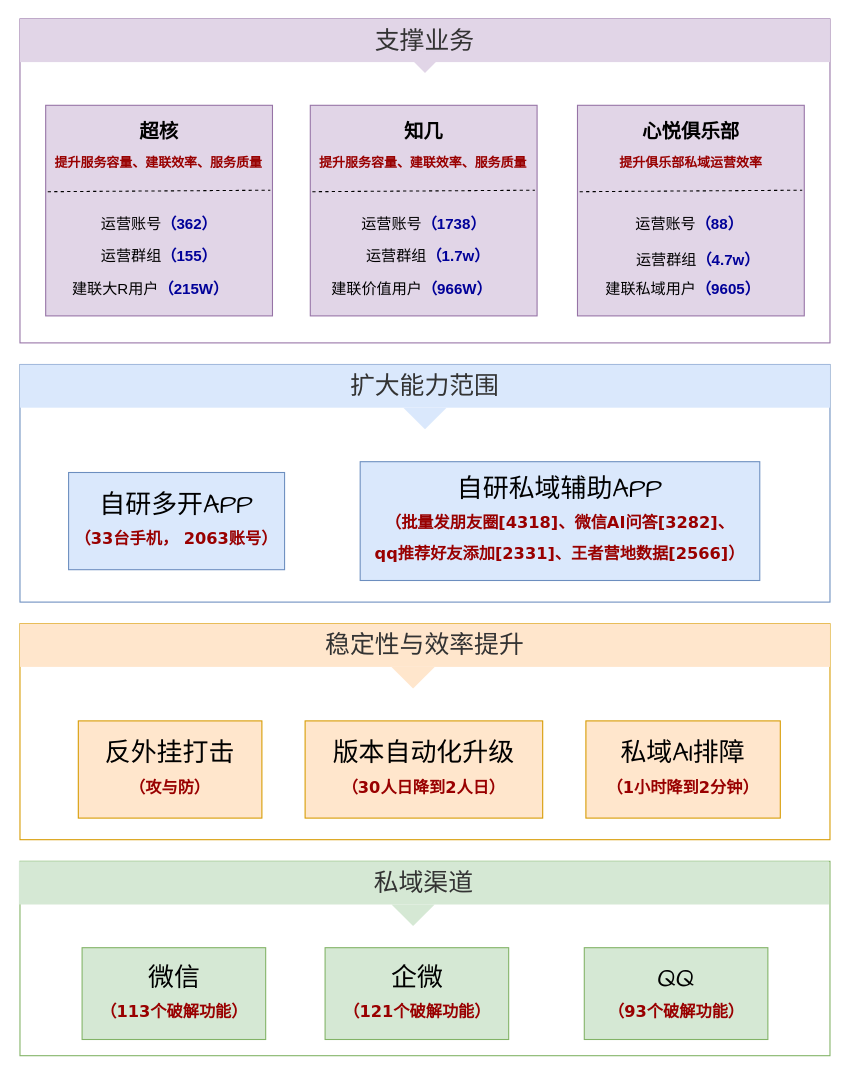
The draw.io diagram 私域工具终极形态.drawio in skindhu/9GAG, before the edit. Source tidied: cells renumbered, new cells numbered last; positions are measured from the earlier drawing's top-left corner, leaving out a move shared by most shapes. Both pictures are drawn from the tidied source at 108%, with x=0, y=0 at pixel (18, 18).
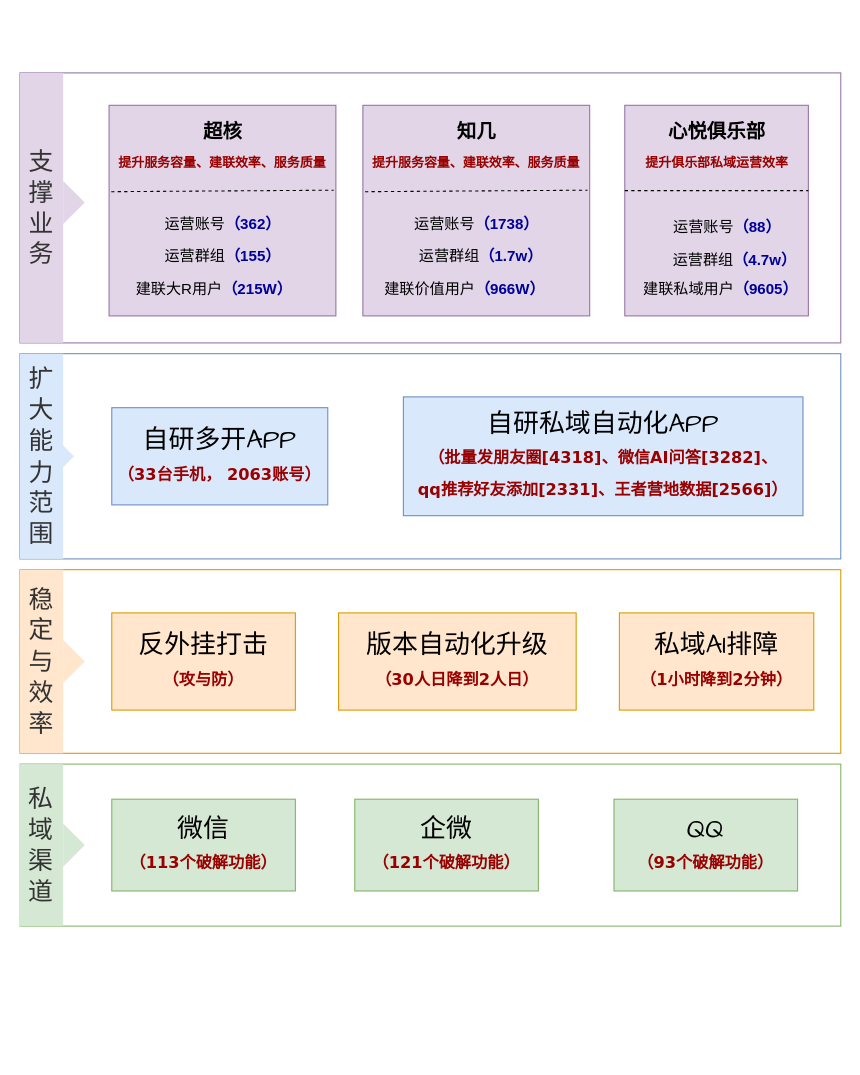
The same page after the edit.

Commit message:
更新私域工具终极形态.drawio

Diff of the diagram source:
```diff
@@
     <mxCell id="2" style="rounded=0;whiteSpace=wrap;html=1;hachureGap=4;strokeColor=#82b366;align=center;verticalAlign=middle;fontFamily=Architects Daughter;fontSize=12;fillColor=none;" parent="1" vertex="1">
-      <mxGeometry x="1" y="780" width="750" height="180" as="geometry" />
+      <mxGeometry x="1" y="690" width="760" height="150" as="geometry" />
     </mxCell>
     <mxCell id="3" value="微信&lt;br&gt;&lt;b style=&quot;color: rgb(153, 0, 0); font-family: Verdana; font-size: 15px;&quot;&gt;（113个破解功能）&lt;/b&gt;" style="rounded=0;whiteSpace=wrap;html=1;hachureGap=4;strokeColor=#82b366;align=center;verticalAlign=middle;fontFamily=Architects Daughter;fontSize=24;fillColor=#d5e8d4;" parent="1" vertex="1">
-      <mxGeometry x="58.5" y="860" width="170" height="85" as="geometry" />
+      <mxGeometry x="86" y="722.5" width="170" height="85" as="geometry" />
     </mxCell>
     <mxCell id="4" style="rounded=0;whiteSpace=wrap;html=1;hachureGap=4;strokeColor=#d79b00;align=center;verticalAlign=middle;fontFamily=Architects Daughter;fontSize=12;fillColor=none;" parent="1" vertex="1">
-      <mxGeometry x="1" y="560" width="750" height="200" as="geometry" />
+      <mxGeometry x="1" y="510" width="760" height="170" as="geometry" />
     </mxCell>
     <mxCell id="5" value="反外挂打击&lt;div&gt;&lt;font face=&quot;Verdana&quot; style=&quot;font-size: 15px; color: rgb(153, 0, 0);&quot;&gt;&lt;b&gt;（攻与防）&lt;/b&gt;&lt;/font&gt;&lt;/div&gt;" style="rounded=0;whiteSpace=wrap;html=1;hachureGap=4;strokeColor=#d79b00;align=center;verticalAlign=middle;fontFamily=Architects Daughter;fontSize=24;fillColor=#ffe6cc;" parent="1" vertex="1">
-      <mxGeometry x="55" y="650" width="170" height="90" as="geometry" />
+      <mxGeometry x="86" y="550" width="170" height="90" as="geometry" />
     </mxCell>
     <mxCell id="6" value="版本自动化升级&lt;div&gt;&lt;font face=&quot;Verdana&quot; style=&quot;font-size: 15px; color: rgb(153, 0, 0);&quot;&gt;&lt;b&gt;（30人日降到2人日）&lt;/b&gt;&lt;/font&gt;&lt;/div&gt;" style="rounded=0;whiteSpace=wrap;html=1;hachureGap=4;strokeColor=#d79b00;align=center;verticalAlign=middle;fontFamily=Architects Daughter;fontSize=24;fillColor=#ffe6cc;" parent="1" vertex="1">
-      <mxGeometry x="265" y="650" width="220" height="90" as="geometry" />
+      <mxGeometry x="296" y="550" width="220" height="90" as="geometry" />
     </mxCell>
     <mxCell id="7" value="私域AI排障&lt;br&gt;&lt;div&gt;&lt;font face=&quot;Verdana&quot; style=&quot;font-size: 15px; color: rgb(153, 0, 0);&quot;&gt;&lt;b&gt;（1小时降到2分钟）&lt;/b&gt;&lt;/font&gt;&lt;/div&gt;" style="rounded=0;whiteSpace=wrap;html=1;hachureGap=4;strokeColor=#d79b00;align=center;verticalAlign=middle;fontFamily=Architects Daughter;fontSize=24;fillColor=#ffe6cc;" parent="1" vertex="1">
-      <mxGeometry x="525" y="650" width="180" height="90" as="geometry" />
+      <mxGeometry x="556" y="550" width="180" height="90" as="geometry" />
     </mxCell>
     <mxCell id="8" value="企微&lt;br&gt;&lt;b style=&quot;color: rgb(153, 0, 0); font-family: Verdana; font-size: 15px;&quot;&gt;（121个破解功能）&lt;/b&gt;" style="rounded=0;whiteSpace=wrap;html=1;hachureGap=4;strokeColor=#82b366;align=center;verticalAlign=middle;fontFamily=Architects Daughter;fontSize=24;fillColor=#d5e8d4;" parent="1" vertex="1">
-      <mxGeometry x="283.5" y="860" width="170" height="85" as="geometry" />
+      <mxGeometry x="311" y="722.5" width="170" height="85" as="geometry" />
     </mxCell>
     <mxCell id="9" value="QQ&lt;br&gt;&lt;b style=&quot;color: rgb(153, 0, 0); font-family: Verdana; font-size: 15px;&quot;&gt;（93个破解功能）&lt;/b&gt;" style="rounded=0;whiteSpace=wrap;html=1;hachureGap=4;strokeColor=#82b366;align=center;verticalAlign=middle;fontFamily=Architects Daughter;fontSize=24;fillColor=#d5e8d4;" parent="1" vertex="1">
-      <mxGeometry x="523.5" y="860" width="170" height="85" as="geometry" />
+      <mxGeometry x="551" y="722.5" width="170" height="85" as="geometry" />
     </mxCell>
-    <mxCell id="10" style="rounded=0;whiteSpace=wrap;html=1;hachureGap=4;strokeColor=#6c8ebf;align=center;verticalAlign=middle;fontFamily=Architects Daughter;fontSize=12;fillColor=default;" parent="1" vertex="1">
-      <mxGeometry x="1" y="320" width="750" height="220" as="geometry" />
+    <mxCell id="10" style="rounded=0;whiteSpace=wrap;html=1;hachureGap=4;strokeColor=#6c8ebf;align=center;verticalAlign=middle;fontFamily=Architects Daughter;fontSize=12;fillColor=none;" parent="1" vertex="1">
+      <mxGeometry x="1" y="310" width="760" height="190" as="geometry" />
     </mxCell>
     <mxCell id="11" value="自研多开APP&lt;br&gt;&lt;div&gt;&lt;font face=&quot;Verdana&quot; style=&quot;font-size: 15px; color: rgb(153, 0, 0);&quot;&gt;&lt;b&gt;（33台手机， 2063账号）&lt;/b&gt;&lt;/font&gt;&lt;/div&gt;" style="rounded=0;whiteSpace=wrap;html=1;hachureGap=4;strokeColor=#6c8ebf;align=center;verticalAlign=middle;fontFamily=Architects Daughter;fontSize=24;fillColor=#dae8fc;" parent="1" vertex="1">
-      <mxGeometry x="46" y="420" width="200" height="90" as="geometry" />
+      <mxGeometry x="86" y="360" width="200" height="90" as="geometry" />
     </mxCell>
-    <mxCell id="12" value="自研私域辅助APP&lt;br&gt;&lt;div&gt;&lt;font face=&quot;Verdana&quot; style=&quot;font-size: 15px; color: rgb(153, 0, 0);&quot;&gt;&lt;b&gt;（批量发朋友圈[4318]、微信AI问答[3282]、&lt;br&gt;qq推荐好友添加[2331]、王者营地数据[2566]）&lt;/b&gt;&lt;/font&gt;&lt;/div&gt;" style="rounded=0;whiteSpace=wrap;html=1;hachureGap=4;strokeColor=#6c8ebf;align=center;verticalAlign=middle;fontFamily=Architects Daughter;fontSize=24;fillColor=#dae8fc;" parent="1" vertex="1">
-      <mxGeometry x="316" y="410" width="370" height="110" as="geometry" />
+    <mxCell id="12" value="自研私域自动化APP&lt;br&gt;&lt;div&gt;&lt;font face=&quot;Verdana&quot; style=&quot;font-size: 15px; color: rgb(153, 0, 0);&quot;&gt;&lt;b&gt;（批量发朋友圈[4318]、微信AI问答[3282]、&lt;br&gt;qq推荐好友添加[2331]、王者营地数据[2566]）&lt;/b&gt;&lt;/font&gt;&lt;/div&gt;" style="rounded=0;whiteSpace=wrap;html=1;hachureGap=4;strokeColor=#6c8ebf;align=center;verticalAlign=middle;fontFamily=Architects Daughter;fontSize=24;fillColor=#dae8fc;" parent="1" vertex="1">
+      <mxGeometry x="356" y="350" width="370" height="110" as="geometry" />
     </mxCell>
     <mxCell id="13" style="rounded=0;whiteSpace=wrap;html=1;hachureGap=4;strokeColor=#9673a6;align=center;verticalAlign=middle;fontFamily=Architects Daughter;fontSize=12;fillColor=none;strokeWidth=1;" parent="1" vertex="1">
-      <mxGeometry x="1" width="750" height="300" as="geometry" />
+      <mxGeometry x="1" y="50" width="760" height="250" as="geometry" />
     </mxCell>
     <mxCell id="14" value="&lt;br&gt;&lt;div&gt;&lt;br&gt;&lt;/div&gt;" style="rounded=0;whiteSpace=wrap;html=1;hachureGap=4;strokeColor=#9673a6;align=center;verticalAlign=middle;fontFamily=Architects Daughter;fontSize=24;fillColor=#e1d5e7;" parent="1" vertex="1">
-      <mxGeometry x="24.8" y="80" width="210" height="195" as="geometry" />
+      <mxGeometry x="83.5" y="80" width="210" height="195" as="geometry" />
     </mxCell>
     <mxCell id="15" value="超核" style="text;html=1;align=center;verticalAlign=middle;whiteSpace=wrap;rounded=0;fontFamily=Helvetica;fontSize=18;fontStyle=1;" parent="1" vertex="1">
-      <mxGeometry x="99.8" y="90" width="60" height="30" as="geometry" />
+      <mxGeometry x="158.5" y="90" width="60" height="30" as="geometry" />
     </mxCell>
     <mxCell id="16" value="提升服务容量、建联效率、服务质量" style="text;html=1;align=center;verticalAlign=middle;whiteSpace=wrap;rounded=0;fontFamily=Architects Daughter;fontStyle=1;fontColor=#990000;" parent="1" vertex="1">
-      <mxGeometry x="22.2" y="120" width="215" height="30" as="geometry" />
+      <mxGeometry x="81" y="120" width="215" height="30" as="geometry" />
     </mxCell>
     <mxCell id="17" style="endArrow=none;html=1;rounded=0;hachureGap=4;fontFamily=Architects Daughter;dashed=1;entryX=1.017;entryY=0.449;entryDx=0;entryDy=0;entryPerimeter=0;" parent="1" edge="1">
       <mxGeometry relative="1" as="geometry">
-        <mxPoint x="26.7" y="160" as="sourcePoint" />
-        <mxPoint x="232.8" y="158.6" as="targetPoint" />
+        <mxPoint x="85.5" y="160" as="sourcePoint" />
+        <mxPoint x="291.5" y="158.6" as="targetPoint" />
       </mxGeometry>
     </mxCell>
     <mxCell id="18" value="运营账号&lt;font style=&quot;color: rgb(0, 0, 153);&quot;&gt;&lt;b style=&quot;&quot;&gt;（362）&lt;/b&gt;&lt;/font&gt;" style="text;html=1;align=center;verticalAlign=middle;whiteSpace=wrap;rounded=0;fontFamily=Helvetica;fontSize=14;" parent="1" vertex="1">
-      <mxGeometry x="64.7" y="175" width="130" height="30" as="geometry" />
+      <mxGeometry x="123.5" y="175" width="130" height="30" as="geometry" />
     </mxCell>
     <mxCell id="19" value="建联大R用户&lt;font style=&quot;color: rgb(0, 0, 153);&quot;&gt;&lt;b style=&quot;&quot;&gt;（215W）&lt;/b&gt;&lt;/font&gt;" style="text;html=1;align=center;verticalAlign=middle;whiteSpace=wrap;rounded=0;fontFamily=Helvetica;fontSize=14;" parent="1" vertex="1">
-      <mxGeometry x="37.2" y="235" width="170" height="30" as="geometry" />
+      <mxGeometry x="96" y="235" width="170" height="30" as="geometry" />
     </mxCell>
     <mxCell id="20" value="运营群组&lt;font style=&quot;color: rgb(0, 0, 153);&quot;&gt;&lt;b style=&quot;&quot;&gt;（155）&lt;/b&gt;&lt;/font&gt;" style="text;html=1;align=center;verticalAlign=middle;whiteSpace=wrap;rounded=0;fontFamily=Helvetica;fontSize=14;" parent="1" vertex="1">
-      <mxGeometry x="44.8" y="205" width="170" height="30" as="geometry" />
+      <mxGeometry x="103.5" y="205" width="170" height="30" as="geometry" />
     </mxCell>
     <mxCell id="21" value="&lt;br&gt;&lt;div&gt;&lt;br&gt;&lt;/div&gt;" style="rounded=0;whiteSpace=wrap;html=1;hachureGap=4;strokeColor=#9673a6;align=center;verticalAlign=middle;fontFamily=Architects Daughter;fontSize=24;fillColor=#e1d5e7;" parent="1" vertex="1">
-      <mxGeometry x="269.8" y="80" width="210" height="195" as="geometry" />
+      <mxGeometry x="318.5" y="80" width="210" height="195" as="geometry" />
     </mxCell>
     <mxCell id="22" value="知几" style="text;html=1;align=center;verticalAlign=middle;whiteSpace=wrap;rounded=0;fontFamily=Helvetica;fontSize=18;fontStyle=1;" parent="1" vertex="1">
-      <mxGeometry x="344.8" y="90" width="60" height="30" as="geometry" />
+      <mxGeometry x="393.5" y="90" width="60" height="30" as="geometry" />
     </mxCell>
     <mxCell id="23" value="提升服务容量、建联效率、服务质量" style="text;html=1;align=center;verticalAlign=middle;whiteSpace=wrap;rounded=0;fontFamily=Architects Daughter;fontStyle=1;fontColor=#990000;" parent="1" vertex="1">
-      <mxGeometry x="267.2" y="120" width="215" height="30" as="geometry" />
+      <mxGeometry x="316" y="120" width="215" height="30" as="geometry" />
     </mxCell>
     <mxCell id="24" style="endArrow=none;html=1;rounded=0;hachureGap=4;fontFamily=Architects Daughter;dashed=1;entryX=1.017;entryY=0.449;entryDx=0;entryDy=0;entryPerimeter=0;" parent="1" edge="1">
       <mxGeometry relative="1" as="geometry">
-        <mxPoint x="271.7" y="160" as="sourcePoint" />
-        <mxPoint x="477.8" y="158.6" as="targetPoint" />
+        <mxPoint x="320.5" y="160" as="sourcePoint" />
+        <mxPoint x="526.5" y="158.6" as="targetPoint" />
       </mxGeometry>
     </mxCell>
     <mxCell id="25" value="运营账号&lt;font style=&quot;color: rgb(0, 0, 153);&quot;&gt;&lt;b style=&quot;&quot;&gt;（1738）&lt;/b&gt;&lt;/font&gt;" style="text;html=1;align=center;verticalAlign=middle;whiteSpace=wrap;rounded=0;fontFamily=Helvetica;fontSize=14;" parent="1" vertex="1">
-      <mxGeometry x="309.8" y="175" width="130" height="30" as="geometry" />
+      <mxGeometry x="358.5" y="175" width="130" height="30" as="geometry" />
     </mxCell>
     <mxCell id="26" value="建联价值用户&lt;font style=&quot;color: rgb(0, 0, 153);&quot;&gt;&lt;b style=&quot;&quot;&gt;（966W）&lt;/b&gt;&lt;/font&gt;" style="text;html=1;align=center;verticalAlign=middle;whiteSpace=wrap;rounded=0;fontFamily=Helvetica;fontSize=14;" parent="1" vertex="1">
-      <mxGeometry x="278.7" y="235" width="170" height="30" as="geometry" />
+      <mxGeometry x="327.5" y="235" width="170" height="30" as="geometry" />
     </mxCell>
     <mxCell id="27" value="运营群组&lt;font style=&quot;color: rgb(0, 0, 153);&quot;&gt;&lt;b style=&quot;&quot;&gt;（1.7w）&lt;/b&gt;&lt;/font&gt;" style="text;html=1;align=center;verticalAlign=middle;whiteSpace=wrap;rounded=0;fontFamily=Helvetica;fontSize=14;" parent="1" vertex="1">
-      <mxGeometry x="293.7" y="205" width="170" height="30" as="geometry" />
+      <mxGeometry x="342.5" y="205" width="170" height="30" as="geometry" />
     </mxCell>
     <mxCell id="28" value="&lt;br&gt;&lt;div&gt;&lt;br&gt;&lt;/div&gt;" style="rounded=0;whiteSpace=wrap;html=1;hachureGap=4;strokeColor=#9673a6;align=center;verticalAlign=middle;fontFamily=Architects Daughter;fontSize=24;fillColor=#e1d5e7;" parent="1" vertex="1">
-      <mxGeometry x="517.2" y="80" width="210" height="195" as="geometry" />
+      <mxGeometry x="561" y="80" width="170" height="195" as="geometry" />
     </mxCell>
     <mxCell id="29" value="心悦俱乐部" style="text;html=1;align=center;verticalAlign=middle;whiteSpace=wrap;rounded=0;fontFamily=Helvetica;fontSize=18;fontStyle=1;" parent="1" vertex="1">
-      <mxGeometry x="576" y="90" width="92.5" height="30" as="geometry" />
+      <mxGeometry x="599.8" y="90" width="92.5" height="30" as="geometry" />
     </mxCell>
     <mxCell id="30" value="提升俱乐部私域运营效率" style="text;html=1;align=center;verticalAlign=middle;whiteSpace=wrap;rounded=0;fontFamily=Architects Daughter;fontStyle=1;fontColor=#990000;" parent="1" vertex="1">
-      <mxGeometry x="514.8" y="120" width="215" height="30" as="geometry" />
+      <mxGeometry x="538.5" y="120" width="215" height="30" as="geometry" />
     </mxCell>
-    <mxCell id="31" style="endArrow=none;html=1;rounded=0;hachureGap=4;fontFamily=Architects Daughter;dashed=1;entryX=1.017;entryY=0.449;entryDx=0;entryDy=0;entryPerimeter=0;" parent="1" edge="1">
+    <mxCell id="31" style="endArrow=none;html=1;rounded=0;hachureGap=4;fontFamily=Architects Daughter;dashed=1;" parent="1" edge="1">
       <mxGeometry relative="1" as="geometry">
-        <mxPoint x="519.2" y="160" as="sourcePoint" />
-        <mxPoint x="725.3" y="158.6" as="targetPoint" />
+        <mxPoint x="561" y="159" as="sourcePoint" />
+        <mxPoint x="731" y="159" as="targetPoint" />
       </mxGeometry>
     </mxCell>
     <mxCell id="32" value="运营账号&lt;font style=&quot;color: rgb(0, 0, 153);&quot;&gt;&lt;b style=&quot;&quot;&gt;（88）&lt;/b&gt;&lt;/font&gt;" style="text;html=1;align=center;verticalAlign=middle;whiteSpace=wrap;rounded=0;fontFamily=Helvetica;fontSize=14;" parent="1" vertex="1">
-      <mxGeometry x="555.8" y="175" width="130" height="30" as="geometry" />
+      <mxGeometry x="591" y="180" width="130" height="25" as="geometry" />
     </mxCell>
     <mxCell id="33" value="建联私域用户&lt;font style=&quot;color: rgb(0, 0, 153);&quot;&gt;&lt;b style=&quot;&quot;&gt;（9605）&lt;/b&gt;&lt;/font&gt;" style="text;html=1;align=center;verticalAlign=middle;whiteSpace=wrap;rounded=0;fontFamily=Helvetica;fontSize=14;" parent="1" vertex="1">
-      <mxGeometry x="529.8" y="235" width="170" height="30" as="geometry" />
+      <mxGeometry x="565" y="235" width="170" height="30" as="geometry" />
     </mxCell>
     <mxCell id="34" value="运营群组&lt;font style=&quot;color: rgb(0, 0, 153);&quot;&gt;&lt;b style=&quot;&quot;&gt;（4.7w）&lt;/b&gt;&lt;/font&gt;" style="text;html=1;align=center;verticalAlign=middle;whiteSpace=wrap;rounded=0;fontFamily=Helvetica;fontSize=14;" parent="1" vertex="1">
-      <mxGeometry x="543.8" y="210" width="170" height="25" as="geometry" />
+      <mxGeometry x="578" y="210" width="170" height="25" as="geometry" />
     </mxCell>
     <mxCell id="35" value="&lt;font style=&quot;color: rgb(51, 51, 51); font-size: 23px;&quot;&gt;支撑业务&lt;/font&gt;" style="text;html=1;align=center;verticalAlign=middle;whiteSpace=wrap;rounded=0;fontFamily=Helvetica;fontSize=24;fillColor=#e1d5e7;strokeColor=none;" parent="1" vertex="1">
-      <mxGeometry x="1" width="750" height="40" as="geometry" />
+      <mxGeometry x="1" y="50" width="40" height="250" as="geometry" />
     </mxCell>
-    <mxCell id="36" style="triangle;whiteSpace=wrap;html=1;hachureGap=4;fontFamily=Architects Daughter;fillColor=#e1d5e7;strokeColor=none;rotation=90;" parent="1" vertex="1">
-      <mxGeometry x="366" y="20" width="20" height="40" as="geometry" />
+    <mxCell id="36" style="triangle;whiteSpace=wrap;html=1;hachureGap=4;fontFamily=Architects Daughter;fillColor=#e1d5e7;strokeColor=none;rotation=0;" parent="1" vertex="1">
+      <mxGeometry x="41" y="150" width="20" height="40" as="geometry" />
     </mxCell>
     <mxCell id="37" value="&lt;font style=&quot;color: rgb(51, 51, 51); font-size: 23px;&quot;&gt;扩大能力范围&lt;/font&gt;" style="text;html=1;align=center;verticalAlign=middle;whiteSpace=wrap;rounded=0;fontFamily=Helvetica;fontSize=24;fillColor=#dae8fc;strokeColor=none;" parent="1" vertex="1">
-      <mxGeometry x="1" y="320" width="750" height="40" as="geometry" />
+      <mxGeometry x="1" y="310" width="40" height="190" as="geometry" />
     </mxCell>
-    <mxCell id="38" style="triangle;whiteSpace=wrap;html=1;hachureGap=4;fontFamily=Architects Daughter;fillColor=#dae8fc;strokeColor=none;rotation=90;" parent="1" vertex="1">
-      <mxGeometry x="366" y="350" width="20" height="40" as="geometry" />
+    <mxCell id="38" style="triangle;whiteSpace=wrap;html=1;hachureGap=4;fontFamily=Architects Daughter;fillColor=#dae8fc;strokeColor=none;rotation=0;" parent="1" vertex="1">
+      <mxGeometry x="31" y="385" width="20" height="40" as="geometry" />
     </mxCell>
-    <mxCell id="39" value="&lt;font style=&quot;color: rgb(51, 51, 51); font-size: 23px;&quot;&gt;稳定性与效率提升&lt;/font&gt;" style="text;html=1;align=center;verticalAlign=middle;whiteSpace=wrap;rounded=0;fontFamily=Helvetica;fontSize=24;fillColor=#ffe6cc;strokeColor=none;" parent="1" vertex="1">
-      <mxGeometry x="1" y="560" width="750" height="40" as="geometry" />
+    <mxCell id="39" value="&lt;font style=&quot;color: rgb(51, 51, 51); font-size: 23px;&quot;&gt;稳定与效率&lt;/font&gt;" style="text;html=1;align=center;verticalAlign=middle;whiteSpace=wrap;rounded=0;fontFamily=Helvetica;fontSize=24;fillColor=#ffe6cc;strokeColor=none;" parent="1" vertex="1">
+      <mxGeometry x="1" y="510" width="40" height="170" as="geometry" />
     </mxCell>
-    <mxCell id="40" style="triangle;whiteSpace=wrap;html=1;hachureGap=4;fontFamily=Architects Daughter;fillColor=#ffe6cc;strokeColor=none;rotation=90;" parent="1" vertex="1">
-      <mxGeometry x="355" y="590" width="20" height="40" as="geometry" />
+    <mxCell id="40" style="triangle;whiteSpace=wrap;html=1;hachureGap=4;fontFamily=Architects Daughter;fillColor=#ffe6cc;strokeColor=none;rotation=0;" parent="1" vertex="1">
+      <mxGeometry x="41" y="575" width="20" height="40" as="geometry" />
     </mxCell>
     <mxCell id="41" value="&lt;font style=&quot;color: rgb(51, 51, 51); font-size: 23px;&quot;&gt;私域渠道&lt;/font&gt;" style="text;html=1;align=center;verticalAlign=middle;whiteSpace=wrap;rounded=0;fontFamily=Helvetica;fontSize=24;fillColor=#d5e8d4;strokeColor=none;" parent="1" vertex="1">
-      <mxGeometry y="780" width="750" height="40" as="geometry" />
+      <mxGeometry y="690" width="41" height="150" as="geometry" />
     </mxCell>
-    <mxCell id="42" style="triangle;whiteSpace=wrap;html=1;hachureGap=4;fontFamily=Architects Daughter;fillColor=#d5e8d4;strokeColor=none;rotation=90;" parent="1" vertex="1">
-      <mxGeometry x="355" y="810" width="20" height="40" as="geometry" />
+    <mxCell id="42" style="triangle;whiteSpace=wrap;html=1;hachureGap=4;fontFamily=Architects Daughter;fillColor=#d5e8d4;strokeColor=none;rotation=0;" parent="1" vertex="1">
+      <mxGeometry x="41" y="745" width="20" height="40" as="geometry" />
     </mxCell>
+    <mxCell id="43" style="edgeStyle=orthogonalEdgeStyle;rounded=0;sketch=1;hachureGap=4;jiggle=2;curveFitting=1;orthogonalLoop=1;jettySize=auto;html=1;exitX=1;exitY=0.5;exitDx=0;exitDy=0;fontFamily=Architects Daughter;" parent="1" edge="1">
+      <mxGeometry relative="1" as="geometry">
+        <mxPoint x="424.8" y="60" as="sourcePoint" />
+        <mxPoint x="424.8" y="60" as="targetPoint" />
+      </mxGeometry>
+    </mxCell>
```
